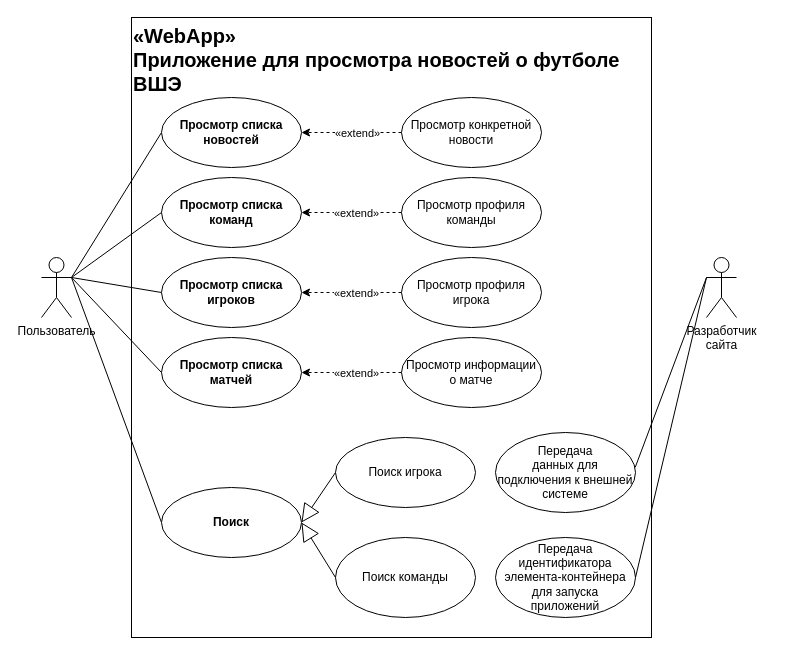
mal91r/JS_HW1 keeps this draw.io diagram as JS_HW1_Malanin.drawio. Above is the earlier version. Source tidied: cells renumbered, new cells numbered last; positions are measured from the earlier drawing's top-left corner, leaving out a move shared by most shapes. Both pictures are drawn from the tidied source at 100%, with x=0, y=0 at pixel (41, 17).
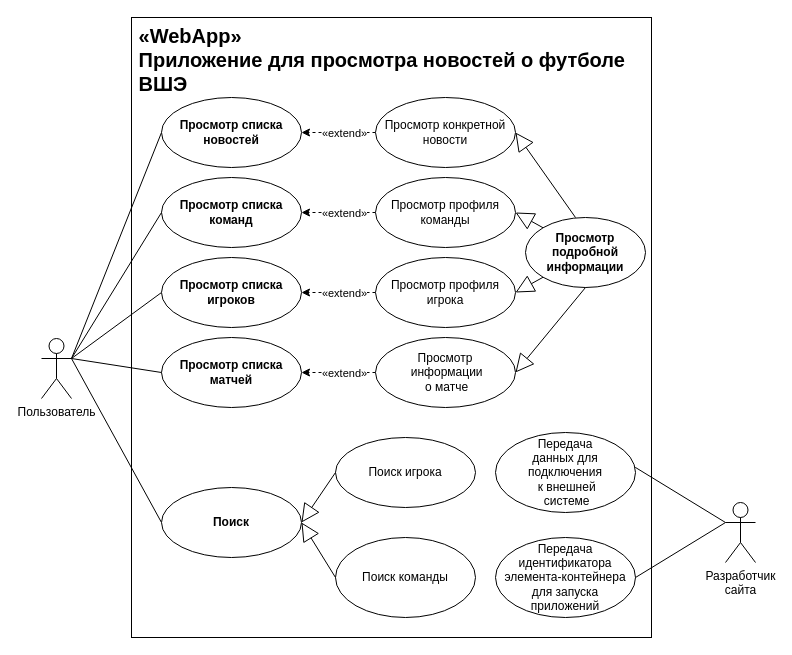
Above is the later version.

The change refers to these unchanged cells:
```xml
<mxCell id="19" style="edgeStyle=orthogonalEdgeStyle;rounded=0;jettySize=auto;html=1;dashed=1;strokeWidth=1;" parent="1" edge="1" source="21" target="8">
  <mxGeometry relative="1" as="geometry" />
</mxCell>
<mxCell id="22" style="edgeStyle=orthogonalEdgeStyle;rounded=0;jettySize=auto;html=1;dashed=1;strokeWidth=1;" parent="1" edge="1" source="24">
  <mxGeometry relative="1" as="geometry">
    <mxPoint x="260" y="195" as="targetPoint" />
  </mxGeometry>
</mxCell>
<mxCell id="25" style="edgeStyle=orthogonalEdgeStyle;rounded=0;jettySize=auto;html=1;dashed=1;strokeWidth=1;" parent="1" edge="1" source="27">
  <mxGeometry relative="1" as="geometry">
    <mxPoint x="260" y="275" as="targetPoint" />
  </mxGeometry>
</mxCell>
<mxCell id="29" style="edgeStyle=orthogonalEdgeStyle;rounded=0;jettySize=auto;html=1;dashed=1;strokeWidth=1;entryX=1;entryY=0.5;entryDx=0;entryDy=0;" parent="1" edge="1" source="31" target="28">
  <mxGeometry relative="1" as="geometry" />
</mxCell>
```

What changed in the source:
```diff
@@
-    <mxCell id="2" value="&lt;div style=&quot;font-size: 20px;&quot;&gt;&lt;font style=&quot;font-size: 20px;&quot;&gt;«WebApp»&lt;/font&gt;&lt;/div&gt;&lt;div style=&quot;font-size: 20px;&quot;&gt;&lt;font style=&quot;font-size: 20px;&quot;&gt;Приложение для просмотра новостей о футболе ВШЭ&lt;font style=&quot;font-size: 20px;&quot;&gt;&lt;br&gt;&lt;/font&gt;&lt;/font&gt;&lt;/div&gt;" style="html=1;whiteSpace=wrap;align=left;verticalAlign=top;fontStyle=1;" parent="1" vertex="1">
+    <mxCell id="2" value="&lt;div style=&quot;font-size: 20px;&quot;&gt;&lt;font style=&quot;font-size: 20px;&quot;&gt;&amp;nbsp;«WebApp»&lt;/font&gt;&lt;/div&gt;&lt;div style=&quot;font-size: 20px;&quot;&gt;&lt;font style=&quot;font-size: 20px;&quot;&gt;&amp;nbsp;Приложение для просмотра новостей о футболе&amp;nbsp; &amp;nbsp;ВШЭ&lt;font style=&quot;font-size: 20px;&quot;&gt;&lt;br&gt;&lt;/font&gt;&lt;/font&gt;&lt;/div&gt;" style="html=1;whiteSpace=wrap;align=left;verticalAlign=top;fontStyle=1;" parent="1" vertex="1">
       <mxGeometry x="90" width="520" height="620" as="geometry" />
     </mxCell>
     <mxCell id="3" value="Пользователь" style="shape=umlActor;verticalLabelPosition=bottom;verticalAlign=top;html=1;outlineConnect=0;" parent="1" vertex="1">
-      <mxGeometry y="240" width="30" height="60" as="geometry" />
+      <mxGeometry y="321" width="30" height="60" as="geometry" />
     </mxCell>
     <mxCell id="4" value="Разработчик&lt;br&gt;сайта" style="shape=umlActor;verticalLabelPosition=bottom;verticalAlign=top;html=1;outlineConnect=0;" parent="1" vertex="1">
-      <mxGeometry x="665" y="240" width="30" height="60" as="geometry" />
+      <mxGeometry x="684" y="485" width="30" height="60" as="geometry" />
     </mxCell>
@@
     <mxCell id="20" value="«extend»" style="edgeLabel;html=1;align=center;verticalAlign=middle;" parent="19" vertex="1">
       <mxGeometry x="0.35" y="1" relative="1" as="geometry">
-        <mxPoint x="23" y="-1" as="offset" />
+        <mxPoint x="18" y="-1" as="offset" />
       </mxGeometry>
     </mxCell>
     <mxCell id="21" value="&lt;span style=&quot;font-weight: normal;&quot;&gt;Просмотр конкретной новости&lt;/span&gt;" style="ellipse;whiteSpace=wrap;html=1;fontStyle=1;" parent="1" vertex="1">
-      <mxGeometry x="360" y="80" width="140" height="70" as="geometry" />
+      <mxGeometry x="334" y="80" width="140" height="70" as="geometry" />
     </mxCell>
@@
     <mxCell id="23" value="«extend»" style="edgeLabel;html=1;align=center;verticalAlign=middle;" parent="22" vertex="1">
       <mxGeometry x="0.35" y="1" relative="1" as="geometry">
-        <mxPoint x="22" y="-1" as="offset" />
+        <mxPoint x="18" y="-1" as="offset" />
       </mxGeometry>
     </mxCell>
     <mxCell id="24" value="&lt;span style=&quot;font-weight: normal;&quot;&gt;Просмотр профиля команды&lt;/span&gt;" style="ellipse;whiteSpace=wrap;html=1;fontStyle=1;" parent="1" vertex="1">
-      <mxGeometry x="360" y="160" width="140" height="70" as="geometry" />
+      <mxGeometry x="334" y="160" width="140" height="70" as="geometry" />
     </mxCell>
@@
     <mxCell id="26" value="«extend»" style="edgeLabel;html=1;align=center;verticalAlign=middle;" parent="25" vertex="1">
       <mxGeometry x="0.35" y="1" relative="1" as="geometry">
-        <mxPoint x="22" y="-1" as="offset" />
+        <mxPoint x="18" y="-1" as="offset" />
       </mxGeometry>
     </mxCell>
     <mxCell id="27" value="&lt;span style=&quot;font-weight: normal;&quot;&gt;Просмотр профиля игрока&lt;/span&gt;" style="ellipse;whiteSpace=wrap;html=1;fontStyle=1;" parent="1" vertex="1">
-      <mxGeometry x="360" y="240" width="140" height="70" as="geometry" />
+      <mxGeometry x="334" y="240" width="140" height="70" as="geometry" />
     </mxCell>
@@
     <mxCell id="30" value="«extend»" style="edgeLabel;html=1;align=center;verticalAlign=middle;" parent="29" vertex="1">
       <mxGeometry x="0.35" y="1" relative="1" as="geometry">
-        <mxPoint x="22" y="-1" as="offset" />
+        <mxPoint x="18" y="-1" as="offset" />
       </mxGeometry>
     </mxCell>
-    <mxCell id="31" value="&lt;span style=&quot;font-weight: normal;&quot;&gt;Просмотр информации о матче&lt;/span&gt;" style="ellipse;whiteSpace=wrap;html=1;fontStyle=1;" parent="1" vertex="1">
-      <mxGeometry x="360" y="320" width="140" height="70" as="geometry" />
+    <mxCell id="31" value="&lt;span style=&quot;font-weight: normal;&quot;&gt;Просмотр&lt;br&gt;&amp;nbsp;информации&lt;br&gt;&amp;nbsp;о матче&lt;/span&gt;" style="ellipse;whiteSpace=wrap;html=1;fontStyle=1;" parent="1" vertex="1">
+      <mxGeometry x="334" y="320" width="140" height="70" as="geometry" />
     </mxCell>
@@
-    <mxCell id="33" value="&lt;div&gt;Передача&lt;/div&gt;&lt;div&gt;данных для подключения к внешней системе&lt;/div&gt;" style="ellipse;whiteSpace=wrap;html=1;" parent="1" vertex="1">
+    <mxCell id="33" value="&lt;div&gt;Передача&lt;/div&gt;&lt;div&gt;данных для подключения&lt;/div&gt;&lt;div&gt;&amp;nbsp;к внешней&lt;/div&gt;&lt;div&gt;&amp;nbsp;системе&lt;/div&gt;" style="ellipse;whiteSpace=wrap;html=1;" parent="1" vertex="1">
       <mxGeometry x="454" y="415" width="140" height="80" as="geometry" />
     </mxCell>
@@
+    <mxCell id="35" value="&lt;span style=&quot;&quot;&gt;Просмотр подробной информации&lt;/span&gt;" style="ellipse;whiteSpace=wrap;html=1;fontStyle=1;" parent="1" vertex="1">
+      <mxGeometry x="484" y="200" width="120" height="70" as="geometry" />
+    </mxCell>
+    <mxCell id="36" style="endArrow=block;endSize=16;endFill=0;html=1;rounded=0;entryX=1;entryY=0.5;entryDx=0;entryDy=0;" parent="1" edge="1" target="21">
+      <mxGeometry relative="1" as="geometry">
+        <mxPoint x="534" y="200" as="sourcePoint" />
+      </mxGeometry>
+    </mxCell>
+    <mxCell id="37" style="endArrow=block;endSize=16;endFill=0;html=1;rounded=0;exitX=0;exitY=0;exitDx=0;exitDy=0;entryX=1;entryY=0.5;entryDx=0;entryDy=0;" parent="1" edge="1" source="35" target="24">
+      <mxGeometry relative="1" as="geometry" />
+    </mxCell>
+    <mxCell id="38" style="endArrow=block;endSize=16;endFill=0;html=1;rounded=0;exitX=0;exitY=1;exitDx=0;exitDy=0;entryX=1;entryY=0.5;entryDx=0;entryDy=0;" parent="1" edge="1" source="35" target="27">
+      <mxGeometry relative="1" as="geometry" />
+    </mxCell>
+    <mxCell id="39" style="endArrow=block;endSize=16;endFill=0;html=1;rounded=0;entryX=1;entryY=0.5;entryDx=0;entryDy=0;exitX=0.5;exitY=1;exitDx=0;exitDy=0;" parent="1" edge="1" source="35" target="31">
+      <mxGeometry relative="1" as="geometry" />
+    </mxCell>
```
